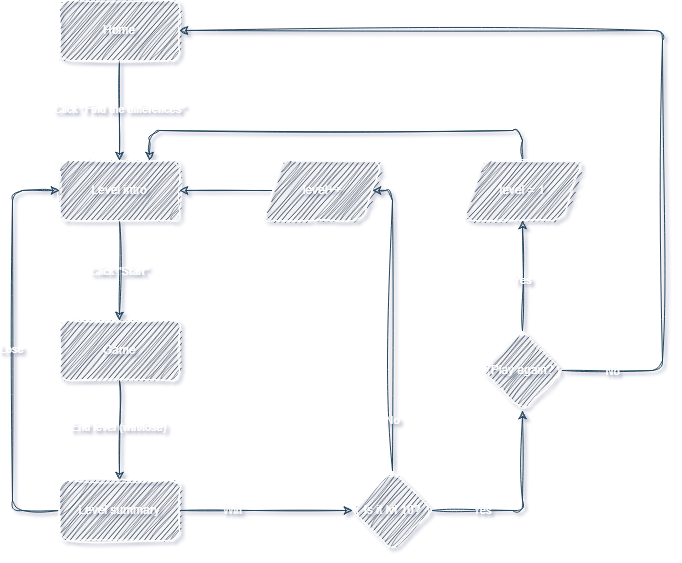
Earlier version of the draw.io export flowchart.png (vasilyoshev/ai-assistant). Source tidied: cells renumbered, new cells last; positions are measured from the earlier drawing's top-left corner, leaving out a move shared by most shapes.
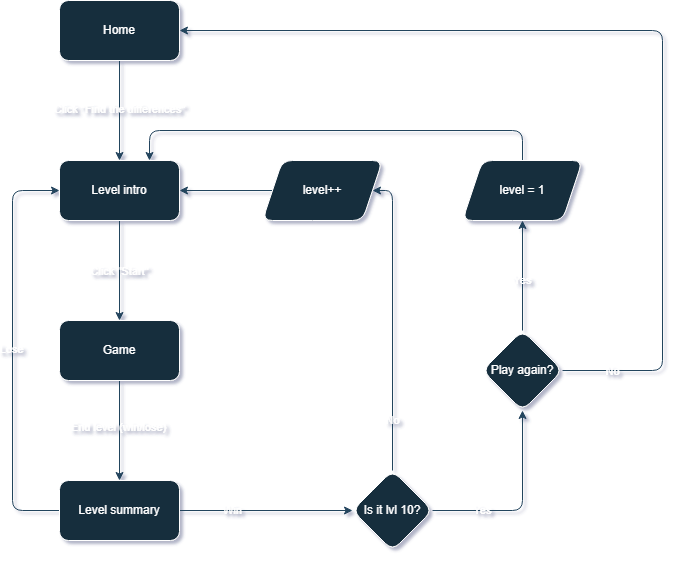
After the commit.

The edit, as a diff of the source:
```diff
@@ -2,34 +2,34 @@
   <root>
     <mxCell id="0" />
     <mxCell id="1" parent="0" />
-    <mxCell id="2" style="edgeStyle=orthogonalEdgeStyle;rounded=1;jettySize=auto;html=1;labelBackgroundColor=none;strokeColor=#23445D;fontColor=default;sketch=1;curveFitting=1;jiggle=2;" parent="1" edge="1" source="4" target="7">
+    <mxCell id="2" style="edgeStyle=orthogonalEdgeStyle;rounded=1;jettySize=auto;html=1;labelBackgroundColor=none;strokeColor=#23445D;fontColor=default;" parent="1" edge="1" source="4" target="7">
       <mxGeometry relative="1" as="geometry" />
     </mxCell>
-    <mxCell id="3" value="Click &quot;Find the differences&quot;" style="edgeLabel;html=1;align=center;verticalAlign=middle;labelBackgroundColor=none;fontColor=#FFFFFF;rounded=1;sketch=1;curveFitting=1;jiggle=2;" parent="2" vertex="1">
+    <mxCell id="3" value="Click &quot;Find the differences&quot;" style="edgeLabel;html=1;align=center;verticalAlign=middle;labelBackgroundColor=none;fontColor=#FFFFFF;rounded=1;" parent="2" vertex="1">
       <mxGeometry x="-0.04" relative="1" as="geometry" />
     </mxCell>
-    <mxCell id="4" value="Home" style="rounded=1;whiteSpace=wrap;html=1;labelBackgroundColor=none;fillColor=#182E3E;strokeColor=#FFFFFF;fontColor=#FFFFFF;sketch=1;curveFitting=1;jiggle=2;" parent="1" vertex="1">
+    <mxCell id="4" value="Home" style="rounded=1;whiteSpace=wrap;html=1;labelBackgroundColor=none;fillColor=#182E3E;strokeColor=#FFFFFF;fontColor=#FFFFFF;" parent="1" vertex="1">
       <mxGeometry x="47" width="120" height="60" as="geometry" />
     </mxCell>
-    <mxCell id="5" style="edgeStyle=orthogonalEdgeStyle;rounded=1;jettySize=auto;html=1;exitX=0.5;exitY=1;exitDx=0;exitDy=0;entryX=0.5;entryY=0;entryDx=0;entryDy=0;labelBackgroundColor=none;strokeColor=#23445D;fontColor=default;sketch=1;curveFitting=1;jiggle=2;" parent="1" edge="1" source="7" target="10">
+    <mxCell id="5" style="edgeStyle=orthogonalEdgeStyle;rounded=1;jettySize=auto;html=1;exitX=0.5;exitY=1;exitDx=0;exitDy=0;entryX=0.5;entryY=0;entryDx=0;entryDy=0;labelBackgroundColor=none;strokeColor=#23445D;fontColor=default;" parent="1" edge="1" source="7" target="10">
       <mxGeometry relative="1" as="geometry" />
     </mxCell>
-    <mxCell id="6" value="Click &quot;Start&quot;" style="edgeLabel;html=1;align=center;verticalAlign=middle;labelBackgroundColor=none;fontColor=#FFFFFF;rounded=1;sketch=1;curveFitting=1;jiggle=2;" parent="5" vertex="1">
+    <mxCell id="6" value="Click &quot;Start&quot;" style="edgeLabel;html=1;align=center;verticalAlign=middle;labelBackgroundColor=none;fontColor=#FFFFFF;rounded=1;" parent="5" vertex="1">
       <mxGeometry relative="1" as="geometry" />
     </mxCell>
-    <mxCell id="7" value="Level intro" style="rounded=1;whiteSpace=wrap;html=1;labelBackgroundColor=none;fillColor=#182E3E;strokeColor=#FFFFFF;fontColor=#FFFFFF;sketch=1;curveFitting=1;jiggle=2;" parent="1" vertex="1">
+    <mxCell id="7" value="Level intro" style="rounded=1;whiteSpace=wrap;html=1;labelBackgroundColor=none;fillColor=#182E3E;strokeColor=#FFFFFF;fontColor=#FFFFFF;" parent="1" vertex="1">
       <mxGeometry x="47" y="160" width="120" height="60" as="geometry" />
     </mxCell>
-    <mxCell id="8" style="edgeStyle=orthogonalEdgeStyle;rounded=1;jettySize=auto;html=1;entryX=0.5;entryY=0;entryDx=0;entryDy=0;labelBackgroundColor=none;strokeColor=#23445D;fontColor=default;sketch=1;curveFitting=1;jiggle=2;" parent="1" edge="1" source="10" target="15">
+    <mxCell id="8" style="edgeStyle=orthogonalEdgeStyle;rounded=1;jettySize=auto;html=1;entryX=0.5;entryY=0;entryDx=0;entryDy=0;labelBackgroundColor=none;strokeColor=#23445D;fontColor=default;" parent="1" edge="1" source="10" target="15">
       <mxGeometry relative="1" as="geometry" />
     </mxCell>
-    <mxCell id="9" value="End level (win/lose)" style="edgeLabel;html=1;align=center;verticalAlign=middle;labelBackgroundColor=none;fontColor=#FFFFFF;rounded=1;sketch=1;curveFitting=1;jiggle=2;" parent="8" vertex="1">
+    <mxCell id="9" value="End level (win/lose)" style="edgeLabel;html=1;align=center;verticalAlign=middle;labelBackgroundColor=none;fontColor=#FFFFFF;rounded=1;" parent="8" vertex="1">
       <mxGeometry x="-0.08" y="-1" relative="1" as="geometry" />
     </mxCell>
-    <mxCell id="10" value="Game" style="rounded=1;whiteSpace=wrap;html=1;labelBackgroundColor=none;fillColor=#182E3E;strokeColor=#FFFFFF;fontColor=#FFFFFF;sketch=1;curveFitting=1;jiggle=2;" parent="1" vertex="1">
+    <mxCell id="10" value="Game" style="rounded=1;whiteSpace=wrap;html=1;labelBackgroundColor=none;fillColor=#182E3E;strokeColor=#FFFFFF;fontColor=#FFFFFF;" parent="1" vertex="1">
       <mxGeometry x="47" y="320" width="120" height="60" as="geometry" />
     </mxCell>
-    <mxCell id="11" style="edgeStyle=orthogonalEdgeStyle;rounded=1;jettySize=auto;html=1;entryX=0;entryY=0.5;entryDx=0;entryDy=0;labelBackgroundColor=none;strokeColor=#23445D;fontColor=default;sketch=1;curveFitting=1;jiggle=2;" parent="1" edge="1" source="15" target="7">
+    <mxCell id="11" style="edgeStyle=orthogonalEdgeStyle;rounded=1;jettySize=auto;html=1;entryX=0;entryY=0.5;entryDx=0;entryDy=0;labelBackgroundColor=none;strokeColor=#23445D;fontColor=default;" parent="1" edge="1" source="15" target="7">
       <mxGeometry relative="1" as="geometry">
         <Array as="points">
           <mxPoint y="510" />
@@ -37,58 +37,58 @@
         </Array>
       </mxGeometry>
     </mxCell>
-    <mxCell id="12" value="Lose" style="edgeLabel;html=1;align=center;verticalAlign=middle;labelBackgroundColor=none;fontColor=#FFFFFF;rounded=1;sketch=1;curveFitting=1;jiggle=2;" parent="11" vertex="1">
+    <mxCell id="12" value="Lose" style="edgeLabel;html=1;align=center;verticalAlign=middle;labelBackgroundColor=none;fontColor=#FFFFFF;rounded=1;" parent="11" vertex="1">
       <mxGeometry x="0.01" y="1" relative="1" as="geometry" />
     </mxCell>
-    <mxCell id="13" style="edgeStyle=orthogonalEdgeStyle;rounded=1;jettySize=auto;html=1;exitX=1;exitY=0.5;exitDx=0;exitDy=0;labelBackgroundColor=none;strokeColor=#23445D;fontColor=default;sketch=1;curveFitting=1;jiggle=2;" parent="1" edge="1" source="15" target="20">
+    <mxCell id="13" style="edgeStyle=orthogonalEdgeStyle;rounded=1;jettySize=auto;html=1;exitX=1;exitY=0.5;exitDx=0;exitDy=0;labelBackgroundColor=none;strokeColor=#23445D;fontColor=default;" parent="1" edge="1" source="15" target="20">
       <mxGeometry relative="1" as="geometry" />
     </mxCell>
-    <mxCell id="14" value="Win" style="edgeLabel;html=1;align=center;verticalAlign=middle;labelBackgroundColor=none;fontColor=#FFFFFF;rounded=1;sketch=1;curveFitting=1;jiggle=2;" parent="13" vertex="1">
+    <mxCell id="14" value="Win" style="edgeLabel;html=1;align=center;verticalAlign=middle;labelBackgroundColor=none;fontColor=#FFFFFF;rounded=1;" parent="13" vertex="1">
       <mxGeometry x="-0.2" y="-1" relative="1" as="geometry">
         <mxPoint x="-16" y="-1" as="offset" />
       </mxGeometry>
     </mxCell>
-    <mxCell id="15" value="Level summary" style="rounded=1;whiteSpace=wrap;html=1;labelBackgroundColor=none;fillColor=#182E3E;strokeColor=#FFFFFF;fontColor=#FFFFFF;sketch=1;curveFitting=1;jiggle=2;" parent="1" vertex="1">
+    <mxCell id="15" value="Level summary" style="rounded=1;whiteSpace=wrap;html=1;labelBackgroundColor=none;fillColor=#182E3E;strokeColor=#FFFFFF;fontColor=#FFFFFF;" parent="1" vertex="1">
       <mxGeometry x="47" y="480" width="120" height="60" as="geometry" />
     </mxCell>
-    <mxCell id="16" style="edgeStyle=orthogonalEdgeStyle;rounded=1;jettySize=auto;html=1;exitX=0.5;exitY=0;exitDx=0;exitDy=0;entryX=1;entryY=0.5;entryDx=0;entryDy=0;labelBackgroundColor=none;strokeColor=#23445D;fontColor=default;sketch=1;curveFitting=1;jiggle=2;" parent="1" edge="1" source="20" target="22">
+    <mxCell id="16" style="edgeStyle=orthogonalEdgeStyle;rounded=1;jettySize=auto;html=1;exitX=0.5;exitY=0;exitDx=0;exitDy=0;entryX=1;entryY=0.5;entryDx=0;entryDy=0;labelBackgroundColor=none;strokeColor=#23445D;fontColor=default;" parent="1" edge="1" source="20" target="22">
       <mxGeometry relative="1" as="geometry">
         <Array as="points">
           <mxPoint x="380" y="190" />
         </Array>
       </mxGeometry>
     </mxCell>
-    <mxCell id="17" value="No" style="edgeLabel;html=1;align=center;verticalAlign=middle;labelBackgroundColor=none;fontColor=#FFFFFF;rounded=1;sketch=1;curveFitting=1;jiggle=2;" parent="16" vertex="1">
+    <mxCell id="17" value="No" style="edgeLabel;html=1;align=center;verticalAlign=middle;labelBackgroundColor=none;fontColor=#FFFFFF;rounded=1;" parent="16" vertex="1">
       <mxGeometry x="0.29" y="2" relative="1" as="geometry">
         <mxPoint x="2" y="143" as="offset" />
       </mxGeometry>
     </mxCell>
-    <mxCell id="18" style="edgeStyle=orthogonalEdgeStyle;rounded=1;jettySize=auto;html=1;entryX=0.5;entryY=1;entryDx=0;entryDy=0;labelBackgroundColor=none;strokeColor=#23445D;fontColor=default;sketch=1;curveFitting=1;jiggle=2;" parent="1" edge="1" source="20" target="27">
+    <mxCell id="18" style="edgeStyle=orthogonalEdgeStyle;rounded=1;jettySize=auto;html=1;entryX=0.5;entryY=1;entryDx=0;entryDy=0;labelBackgroundColor=none;strokeColor=#23445D;fontColor=default;" parent="1" edge="1" source="20" target="27">
       <mxGeometry relative="1" as="geometry" />
     </mxCell>
-    <mxCell id="19" value="Yes" style="edgeLabel;html=1;align=center;verticalAlign=middle;labelBackgroundColor=none;fontColor=#FFFFFF;rounded=1;sketch=1;curveFitting=1;jiggle=2;" parent="18" vertex="1">
+    <mxCell id="19" value="Yes" style="edgeLabel;html=1;align=center;verticalAlign=middle;labelBackgroundColor=none;fontColor=#FFFFFF;rounded=1;" parent="18" vertex="1">
       <mxGeometry x="-0.02" relative="1" as="geometry">
         <mxPoint x="-40" y="3" as="offset" />
       </mxGeometry>
     </mxCell>
-    <mxCell id="20" value="Is it lvl 10?" style="rhombus;whiteSpace=wrap;html=1;labelBackgroundColor=none;fillColor=#182E3E;strokeColor=#FFFFFF;fontColor=#FFFFFF;rounded=1;sketch=1;curveFitting=1;jiggle=2;" parent="1" vertex="1">
+    <mxCell id="20" value="Is it lvl 10?" style="rhombus;whiteSpace=wrap;html=1;labelBackgroundColor=none;fillColor=#182E3E;strokeColor=#FFFFFF;fontColor=#FFFFFF;rounded=1;" parent="1" vertex="1">
       <mxGeometry x="340" y="470" width="80" height="80" as="geometry" />
     </mxCell>
-    <mxCell id="21" style="edgeStyle=orthogonalEdgeStyle;rounded=1;jettySize=auto;html=1;labelBackgroundColor=none;strokeColor=#23445D;fontColor=default;sketch=1;curveFitting=1;jiggle=2;" parent="1" edge="1" source="22" target="7">
+    <mxCell id="21" style="edgeStyle=orthogonalEdgeStyle;rounded=1;jettySize=auto;html=1;labelBackgroundColor=none;strokeColor=#23445D;fontColor=default;" parent="1" edge="1" source="22" target="7">
       <mxGeometry relative="1" as="geometry" />
     </mxCell>
-    <mxCell id="22" value="level++" style="shape=parallelogram;perimeter=parallelogramPerimeter;whiteSpace=wrap;html=1;fixedSize=1;labelBackgroundColor=none;fillColor=#182E3E;strokeColor=#FFFFFF;fontColor=#FFFFFF;rounded=1;sketch=1;curveFitting=1;jiggle=2;" parent="1" vertex="1">
+    <mxCell id="22" value="level++" style="shape=parallelogram;perimeter=parallelogramPerimeter;whiteSpace=wrap;html=1;fixedSize=1;labelBackgroundColor=none;fillColor=#182E3E;strokeColor=#FFFFFF;fontColor=#FFFFFF;rounded=1;" parent="1" vertex="1">
       <mxGeometry x="250" y="160" width="120" height="60" as="geometry" />
     </mxCell>
-    <mxCell id="23" style="edgeStyle=orthogonalEdgeStyle;rounded=1;jettySize=auto;html=1;entryX=0.5;entryY=1;entryDx=0;entryDy=0;labelBackgroundColor=none;strokeColor=#23445D;fontColor=default;sketch=1;curveFitting=1;jiggle=2;" parent="1" edge="1" source="27" target="29">
+    <mxCell id="23" style="edgeStyle=orthogonalEdgeStyle;rounded=1;jettySize=auto;html=1;entryX=0.5;entryY=1;entryDx=0;entryDy=0;labelBackgroundColor=none;strokeColor=#23445D;fontColor=default;" parent="1" edge="1" source="27" target="29">
       <mxGeometry relative="1" as="geometry" />
     </mxCell>
-    <mxCell id="24" value="Yes" style="edgeLabel;html=1;align=center;verticalAlign=middle;labelBackgroundColor=none;fontColor=#FFFFFF;rounded=1;sketch=1;curveFitting=1;jiggle=2;" parent="23" vertex="1">
+    <mxCell id="24" value="Yes" style="edgeLabel;html=1;align=center;verticalAlign=middle;labelBackgroundColor=none;fontColor=#FFFFFF;rounded=1;" parent="23" vertex="1">
       <mxGeometry x="-0.01" relative="1" as="geometry">
         <mxPoint y="4" as="offset" />
       </mxGeometry>
     </mxCell>
-    <mxCell id="25" style="edgeStyle=orthogonalEdgeStyle;rounded=1;jettySize=auto;html=1;entryX=1;entryY=0.5;entryDx=0;entryDy=0;labelBackgroundColor=none;strokeColor=#23445D;fontColor=default;sketch=1;curveFitting=1;jiggle=2;" parent="1" edge="1" source="27" target="4">
+    <mxCell id="25" style="edgeStyle=orthogonalEdgeStyle;rounded=1;jettySize=auto;html=1;entryX=1;entryY=0.5;entryDx=0;entryDy=0;labelBackgroundColor=none;strokeColor=#23445D;fontColor=default;" parent="1" edge="1" source="27" target="4">
       <mxGeometry relative="1" as="geometry">
         <Array as="points">
           <mxPoint x="650" y="370" />
@@ -96,15 +96,15 @@
         </Array>
       </mxGeometry>
     </mxCell>
-    <mxCell id="26" value="No" style="edgeLabel;html=1;align=center;verticalAlign=middle;labelBackgroundColor=none;fontColor=#FFFFFF;rounded=1;sketch=1;curveFitting=1;jiggle=2;" parent="25" vertex="1">
+    <mxCell id="26" value="No" style="edgeLabel;html=1;align=center;verticalAlign=middle;labelBackgroundColor=none;fontColor=#FFFFFF;rounded=1;" parent="25" vertex="1">
       <mxGeometry x="-0.44" y="-1" relative="1" as="geometry">
         <mxPoint x="-51" y="158" as="offset" />
       </mxGeometry>
     </mxCell>
-    <mxCell id="27" value="Play again?" style="rhombus;whiteSpace=wrap;html=1;labelBackgroundColor=none;fillColor=#182E3E;strokeColor=#FFFFFF;fontColor=#FFFFFF;rounded=1;sketch=1;curveFitting=1;jiggle=2;" parent="1" vertex="1">
+    <mxCell id="27" value="Play again?" style="rhombus;whiteSpace=wrap;html=1;labelBackgroundColor=none;fillColor=#182E3E;strokeColor=#FFFFFF;fontColor=#FFFFFF;rounded=1;" parent="1" vertex="1">
       <mxGeometry x="470" y="330" width="80" height="80" as="geometry" />
     </mxCell>
-    <mxCell id="28" style="edgeStyle=orthogonalEdgeStyle;rounded=1;jettySize=auto;html=1;entryX=0.75;entryY=0;entryDx=0;entryDy=0;labelBackgroundColor=none;strokeColor=#23445D;fontColor=default;sketch=1;curveFitting=1;jiggle=2;" parent="1" edge="1" source="29" target="7">
+    <mxCell id="28" style="edgeStyle=orthogonalEdgeStyle;rounded=1;jettySize=auto;html=1;entryX=0.75;entryY=0;entryDx=0;entryDy=0;labelBackgroundColor=none;strokeColor=#23445D;fontColor=default;" parent="1" edge="1" source="29" target="7">
       <mxGeometry relative="1" as="geometry">
         <Array as="points">
           <mxPoint x="510" y="130" />
@@ -112,7 +112,7 @@
         </Array>
       </mxGeometry>
     </mxCell>
-    <mxCell id="29" value="level = 1" style="shape=parallelogram;perimeter=parallelogramPerimeter;whiteSpace=wrap;html=1;fixedSize=1;labelBackgroundColor=none;fillColor=#182E3E;strokeColor=#FFFFFF;fontColor=#FFFFFF;rounded=1;sketch=1;curveFitting=1;jiggle=2;" parent="1" vertex="1">
+    <mxCell id="29" value="level = 1" style="shape=parallelogram;perimeter=parallelogramPerimeter;whiteSpace=wrap;html=1;fixedSize=1;labelBackgroundColor=none;fillColor=#182E3E;strokeColor=#FFFFFF;fontColor=#FFFFFF;rounded=1;" parent="1" vertex="1">
       <mxGeometry x="450" y="160" width="120" height="60" as="geometry" />
     </mxCell>
   </root>
```
